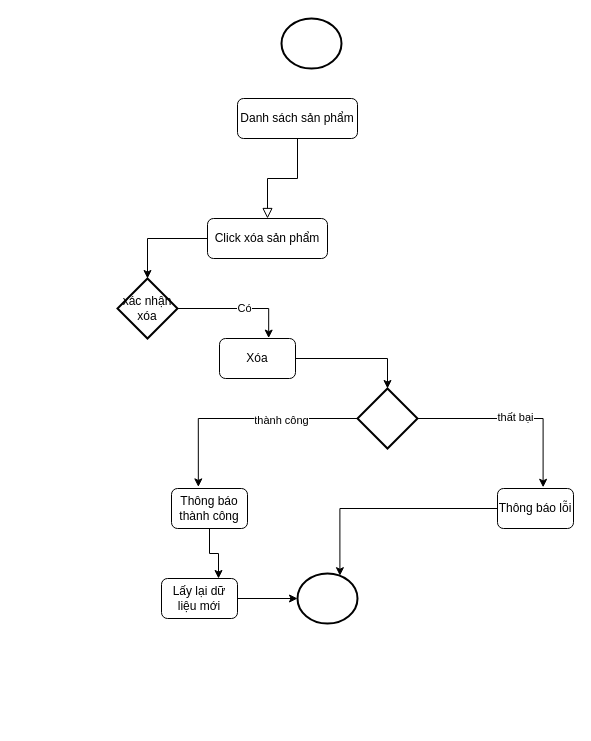
Before: Admin/QuanLySanPham/UseCaseSanpham-Xoa.drawio in duongquocvu0411/CDSG-CNPM, a draw.io diagram. Source tidied: cells renumbered, new cells numbered last; positions are measured from the earlier drawing's top-left corner, leaving out a move shared by most shapes. Both pictures are drawn from the tidied source at 100%, with x=0, y=0 at pixel (117, 18).
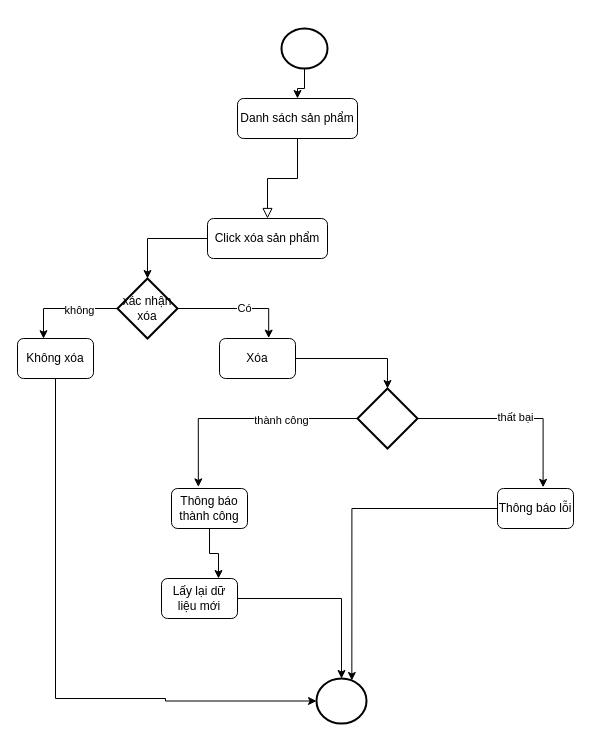
After the change.

Unchanged cells that the change refers to:
```xml
<mxCell id="3" value="Danh sách sản phẩm" style="rounded=1;whiteSpace=wrap;html=1;fontSize=12;glass=0;strokeWidth=1;shadow=0;" parent="1" vertex="1">
  <mxGeometry x="120" y="80" width="120" height="40" as="geometry" />
</mxCell>
<mxCell id="8" value="xác nhận xóa" style="strokeWidth=2;html=1;shape=mxgraph.flowchart.decision;whiteSpace=wrap;" parent="1" vertex="1">
  <mxGeometry y="260" width="60" height="60" as="geometry" />
</mxCell>
```

The edit, as a diff of the source:
```diff
@@
+    <mxCell id="24" style="edgeStyle=orthogonalEdgeStyle;rounded=0;jettySize=auto;html=1;" parent="1" edge="1" source="4" target="3">
+      <mxGeometry relative="1" as="geometry" />
+    </mxCell>
     <mxCell id="4" style="strokeWidth=2;html=1;shape=mxgraph.flowchart.start_2;whiteSpace=wrap;" parent="1" vertex="1">
-      <mxGeometry x="164" width="60" height="50" as="geometry" />
+      <mxGeometry x="164" y="10" width="46" height="40" as="geometry" />
     </mxCell>
     <mxCell id="5" style="strokeWidth=2;html=1;shape=mxgraph.flowchart.start_2;whiteSpace=wrap;" parent="1" vertex="1">
-      <mxGeometry x="180" y="555" width="60" height="50" as="geometry" />
+      <mxGeometry x="199" y="660" width="50" height="45" as="geometry" />
     </mxCell>
@@
+    <mxCell id="25" style="edgeStyle=orthogonalEdgeStyle;rounded=0;jettySize=auto;html=1;entryX=0.342;entryY=0.005;entryDx=0;entryDy=0;entryPerimeter=0;" parent="1" edge="1" source="8" target="27">
+      <mxGeometry relative="1" as="geometry" />
+    </mxCell>
+    <mxCell id="26" value="không" style="edgeLabel;html=1;align=center;verticalAlign=middle;" parent="25" vertex="1">
+      <mxGeometry x="-0.26" y="1" relative="1" as="geometry" />
+    </mxCell>
@@
+    <mxCell id="27" value="Không xóa" style="rounded=1;whiteSpace=wrap;html=1;fontSize=12;glass=0;strokeWidth=1;shadow=0;" parent="1" vertex="1">
+      <mxGeometry x="-100" y="320" width="76" height="40" as="geometry" />
+    </mxCell>
+    <mxCell id="28" style="edgeStyle=orthogonalEdgeStyle;rounded=0;jettySize=auto;html=1;entryX=0;entryY=0.5;entryDx=0;entryDy=0;entryPerimeter=0;" parent="1" edge="1" source="27" target="5">
+      <mxGeometry relative="1" as="geometry">
+        <Array as="points">
+          <mxPoint x="-62" y="680" />
+          <mxPoint x="48" y="680" />
+          <mxPoint x="48" y="683" />
+        </Array>
+      </mxGeometry>
+    </mxCell>
```
